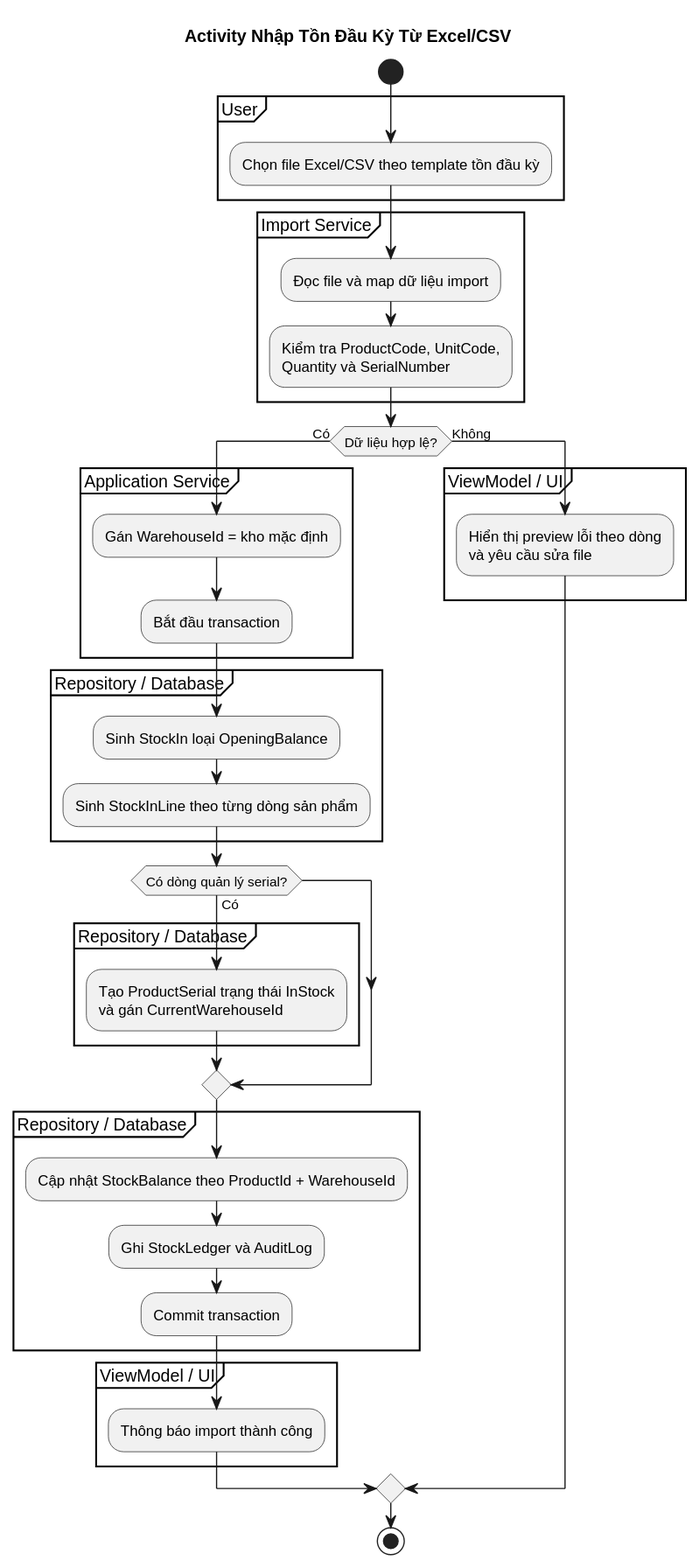
This is Diagram/plantuml-svg/Activity_ImportTonDauKy_ExcelCsv.svg from TheGiver262/WarePro, a PlantUML export, as it was before one commit.
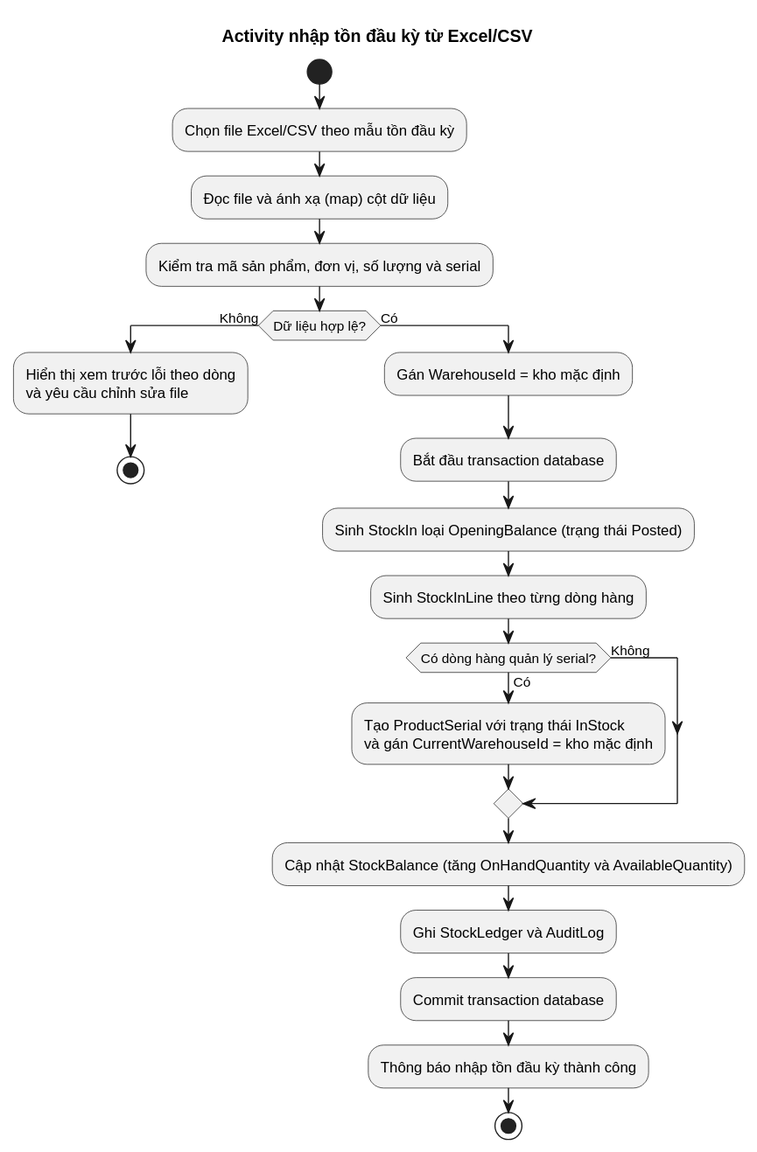
The same file after the commit.

Change to the diagram source:
```diff
@@ -1,42 +1,26 @@
 @startuml
-title Activity Nhập Tồn Đầu Kỳ Từ Excel/CSV
+title Activity nhập tồn đầu kỳ từ Excel/CSV
+
 start
-
-partition "User" {
-  :Chọn file Excel/CSV theo template tồn đầu kỳ;
-}
-partition "Import Service" {
-  :Đọc file và map dữ liệu import;
-  :Kiểm tra ProductCode, UnitCode,\nQuantity và SerialNumber;
-}
-
-if (Dữ liệu hợp lệ?) then (Có)
-  partition "Application Service" {
-    :Gán WarehouseId = kho mặc định;
-    :Bắt đầu transaction;
-  }
-  partition "Repository / Database" {
-    :Sinh StockIn loại OpeningBalance;
-    :Sinh StockInLine theo từng dòng sản phẩm;
-  }
-  if (Có dòng quản lý serial?) then (Có)
-    partition "Repository / Database" {
-      :Tạo ProductSerial trạng thái InStock\nvà gán CurrentWarehouseId;
-    }
+:Chọn file Excel/CSV theo mẫu tồn đầu kỳ;
+:Đọc file và ánh xạ (map) cột dữ liệu;
+:Kiểm tra mã sản phẩm, đơn vị, số lượng và serial;
+if (Dữ liệu hợp lệ?) then (Không)
+  :Hiển thị xem trước lỗi theo dòng\nvà yêu cầu chỉnh sửa file;
+  stop
+else (Có)
+  :Gán WarehouseId = kho mặc định;
+  :Bắt đầu transaction database;
+  :Sinh StockIn loại OpeningBalance (trạng thái Posted);
+  :Sinh StockInLine theo từng dòng hàng;
+  if (Có dòng hàng quản lý serial?) then (Có)
+    :Tạo ProductSerial với trạng thái InStock\nvà gán CurrentWarehouseId = kho mặc định;
+  else (Không)
   endif
-  partition "Repository / Database" {
-    :Cập nhật StockBalance theo ProductId + WarehouseId;
-    :Ghi StockLedger và AuditLog;
-    :Commit transaction;
-  }
-  partition "ViewModel / UI" {
-    :Thông báo import thành công;
-  }
-else (Không)
-  partition "ViewModel / UI" {
-    :Hiển thị preview lỗi theo dòng\nvà yêu cầu sửa file;
-  }
+  :Cập nhật StockBalance (tăng OnHandQuantity và AvailableQuantity);
+  :Ghi StockLedger và AuditLog;
+  :Commit transaction database;
+  :Thông báo nhập tồn đầu kỳ thành công;
+  stop
 endif
-
-stop
 @enduml
```
